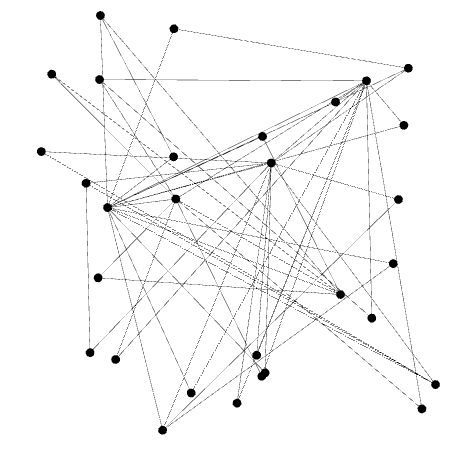
Above: Graph Images/DorogovtsevMendes30.png in isailg/GraphLibrary (Graphviz), before the change. Its source is kept beside it as GraphViz/DorogovtsevMendes30.gv.
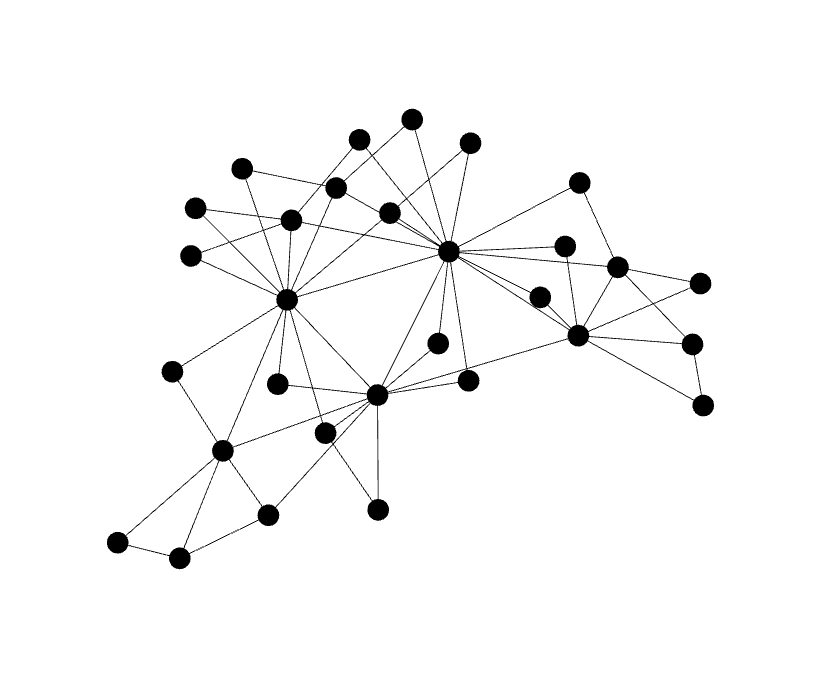
Later version of the same file.

The edit, as a diff of the source:
```diff
@@ -1,59 +1,59 @@
-graph DorogovtsevMendes30 {
+graph GeneratedGraphs(.gv)/DorogovtsevMendes30 {
 0 -- 1;
 1 -- 2;
 2 -- 0;
-3 -- 2;
 3 -- 0;
-4 -- 0;
+3 -- 1;
 4 -- 1;
+4 -- 2;
+5 -- 3;
 5 -- 0;
-5 -- 1;
-6 -- 3;
-6 -- 0;
+6 -- 1;
+6 -- 2;
 7 -- 4;
 7 -- 1;
-8 -- 3;
 8 -- 2;
-9 -- 3;
+8 -- 0;
 9 -- 2;
-10 -- 0;
-10 -- 1;
-11 -- 5;
+9 -- 0;
+10 -- 4;
+10 -- 2;
+11 -- 2;
 11 -- 0;
-12 -- 6;
-12 -- 0;
+12 -- 7;
+12 -- 4;
+13 -- 5;
 13 -- 3;
-13 -- 2;
-14 -- 2;
 14 -- 0;
-15 -- 2;
+14 -- 1;
+15 -- 5;
 15 -- 0;
-16 -- 5;
-16 -- 1;
-17 -- 7;
+16 -- 9;
+16 -- 2;
+17 -- 6;
 17 -- 1;
-18 -- 1;
-18 -- 2;
-19 -- 10;
-19 -- 0;
+18 -- 8;
+18 -- 0;
+19 -- 1;
+19 -- 2;
 20 -- 3;
-20 -- 2;
-21 -- 6;
+20 -- 0;
+21 -- 9;
 21 -- 0;
-22 -- 6;
-22 -- 3;
-23 -- 4;
-23 -- 1;
-24 -- 2;
-24 -- 0;
+22 -- 0;
+22 -- 1;
+23 -- 8;
+23 -- 2;
+24 -- 5;
+24 -- 3;
 25 -- 8;
 25 -- 2;
 26 -- 12;
-26 -- 0;
-27 -- 6;
+26 -- 4;
+27 -- 13;
 27 -- 3;
-28 -- 1;
-28 -- 2;
+28 -- 3;
+28 -- 0;
+29 -- 11;
 29 -- 0;
-29 -- 1;
 }
```
